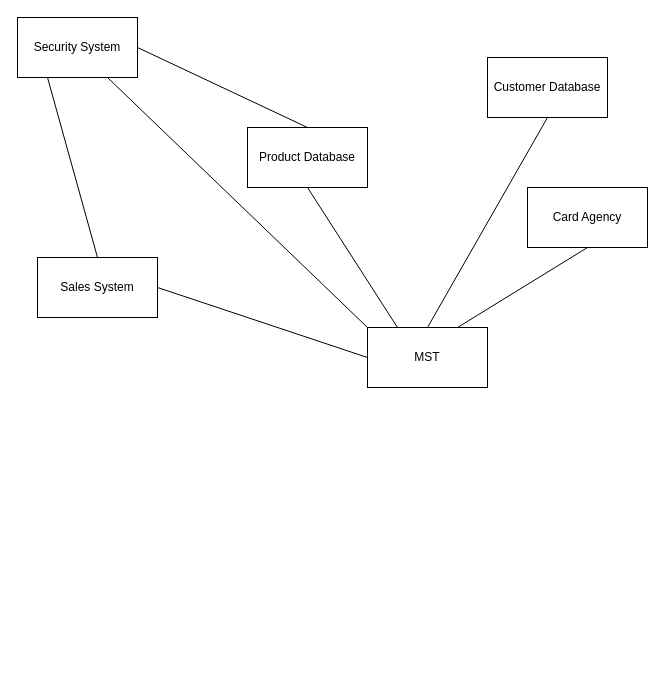
Earlier version of the draw.io diagram workshop10_week11.drawio (antonykimuom/SWEN30006-2025-SM1-workshop1-tuew05-14-00-team-12). Source tidied: cells renumbered, new cells numbered last; positions are measured from the earlier drawing's top-left corner, leaving out a move shared by most shapes. Both pictures are drawn from the tidied source at 100%, with x=0, y=0 at pixel (17, 17).
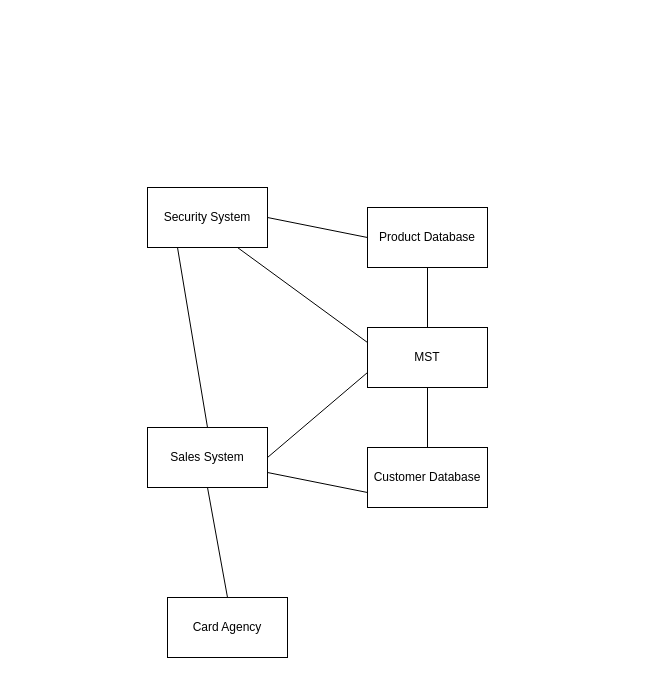
The same diagram, later.

What changed in the source:
```diff
@@
 <mxGraphModel>
   <root>
     <mxCell id="0" />
     <mxCell id="1" parent="0" />
     <mxCell id="2" value="Product Database" style="rounded=0;whiteSpace=wrap;html=1;" parent="1" vertex="1">
-      <mxGeometry x="230" y="110" width="120" height="60" as="geometry" />
+      <mxGeometry x="350" y="190" width="120" height="60" as="geometry" />
     </mxCell>
     <mxCell id="3" value="Customer Database" style="rounded=0;whiteSpace=wrap;html=1;" parent="1" vertex="1">
-      <mxGeometry x="470" y="40" width="120" height="60" as="geometry" />
+      <mxGeometry x="350" y="430" width="120" height="60" as="geometry" />
     </mxCell>
     <mxCell id="4" value="Security System" style="rounded=0;whiteSpace=wrap;html=1;" parent="1" vertex="1">
-      <mxGeometry width="120" height="60" as="geometry" />
+      <mxGeometry x="130" y="170" width="120" height="60" as="geometry" />
     </mxCell>
     <mxCell id="5" value="MST" style="rounded=0;whiteSpace=wrap;html=1;" parent="1" vertex="1">
       <mxGeometry x="350" y="310" width="120" height="60" as="geometry" />
     </mxCell>
     <mxCell id="6" value="Sales System" style="rounded=0;whiteSpace=wrap;html=1;" parent="1" vertex="1">
-      <mxGeometry x="20" y="240" width="120" height="60" as="geometry" />
+      <mxGeometry x="130" y="410" width="120" height="60" as="geometry" />
     </mxCell>
     <mxCell id="7" value="Card Agency" style="rounded=0;whiteSpace=wrap;html=1;" parent="1" vertex="1">
-      <mxGeometry x="510" y="170" width="120" height="60" as="geometry" />
+      <mxGeometry x="150" y="580" width="120" height="60" as="geometry" />
     </mxCell>
-    <mxCell id="8" style="endArrow=none;html=1;rounded=0;exitX=0.25;exitY=0;exitDx=0;exitDy=0;entryX=0.5;entryY=1;entryDx=0;entryDy=0;" parent="1" edge="1" source="5" target="2">
+    <mxCell id="8" style="endArrow=none;html=1;rounded=0;exitX=0.5;exitY=0;exitDx=0;exitDy=0;entryX=0.5;entryY=1;entryDx=0;entryDy=0;" parent="1" edge="1" source="5" target="2">
       <mxGeometry relative="1" as="geometry" />
     </mxCell>
-    <mxCell id="9" style="endArrow=none;html=1;rounded=0;exitX=0.5;exitY=1;exitDx=0;exitDy=0;entryX=0.5;entryY=0;entryDx=0;entryDy=0;" parent="1" edge="1" source="3" target="5">
-      <mxGeometry relative="1" as="geometry" />
+    <mxCell id="9" style="endArrow=none;html=1;rounded=0;" parent="1" edge="1">
+      <mxGeometry relative="1" as="geometry">
+        <mxPoint x="410" y="430" as="sourcePoint" />
+        <mxPoint x="410" y="370" as="targetPoint" />
+      </mxGeometry>
     </mxCell>
-    <mxCell id="10" style="endArrow=none;html=1;rounded=0;exitX=0.5;exitY=1;exitDx=0;exitDy=0;entryX=0.75;entryY=0;entryDx=0;entryDy=0;" parent="1" edge="1" source="7" target="5">
+    <mxCell id="10" style="endArrow=none;html=1;rounded=0;exitX=0.5;exitY=0;exitDx=0;exitDy=0;entryX=0.5;entryY=1;entryDx=0;entryDy=0;" parent="1" edge="1" source="7" target="6">
       <mxGeometry relative="1" as="geometry" />
     </mxCell>
-    <mxCell id="11" style="endArrow=none;html=1;rounded=0;exitX=1;exitY=0.5;exitDx=0;exitDy=0;entryX=0;entryY=0.5;entryDx=0;entryDy=0;" parent="1" edge="1" source="6" target="5">
+    <mxCell id="11" style="endArrow=none;html=1;rounded=0;exitX=1;exitY=0.5;exitDx=0;exitDy=0;entryX=0;entryY=0.75;entryDx=0;entryDy=0;" parent="1" edge="1" source="6" target="5">
       <mxGeometry relative="1" as="geometry" />
     </mxCell>
-    <mxCell id="12" style="endArrow=none;html=1;rounded=0;entryX=0.75;entryY=1;entryDx=0;entryDy=0;exitX=0;exitY=0;exitDx=0;exitDy=0;" parent="1" edge="1" source="5" target="4">
+    <mxCell id="12" style="endArrow=none;html=1;rounded=0;entryX=0.75;entryY=1;entryDx=0;entryDy=0;exitX=0;exitY=0.25;exitDx=0;exitDy=0;" parent="1" edge="1" source="5" target="4">
       <mxGeometry relative="1" as="geometry" />
     </mxCell>
     <mxCell id="13" style="endArrow=none;html=1;rounded=0;exitX=0.25;exitY=1;exitDx=0;exitDy=0;entryX=0.5;entryY=0;entryDx=0;entryDy=0;" parent="1" edge="1" source="4" target="6">
       <mxGeometry relative="1" as="geometry" />
     </mxCell>
-    <mxCell id="14" style="endArrow=none;html=1;rounded=0;entryX=1;entryY=0.5;entryDx=0;entryDy=0;exitX=0.5;exitY=0;exitDx=0;exitDy=0;" parent="1" edge="1" source="2" target="4">
+    <mxCell id="14" style="endArrow=none;html=1;rounded=0;entryX=1;entryY=0.5;entryDx=0;entryDy=0;exitX=0;exitY=0.5;exitDx=0;exitDy=0;" parent="1" edge="1" source="2" target="4">
       <mxGeometry relative="1" as="geometry" />
     </mxCell>
+    <mxCell id="15" style="endArrow=none;html=1;rounded=0;exitX=1;exitY=0.75;exitDx=0;exitDy=0;entryX=0;entryY=0.75;entryDx=0;entryDy=0;" parent="1" edge="1" source="6" target="3">
+      <mxGeometry relative="1" as="geometry" />
+    </mxCell>
   </root>
 </mxGraphModel>
```
